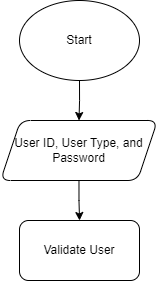
The draw.io diagram Heirarchy of Project Modules/LabSystem_Flowchart.drawio.png in kaisunoo/Acads, before a commit. Source tidied: cells renumbered, new cells last; positions are measured from the earlier drawing's top-left corner, leaving out a move shared by most shapes.
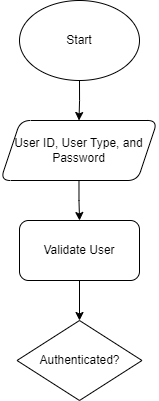
The same diagram one commit later.

What changed in the source:
```diff
@@ -14,8 +14,14 @@
     <mxCell id="5" value="User ID, User Type, and Password" style="shape=parallelogram;perimeter=parallelogramPerimeter;whiteSpace=wrap;html=1;fixedSize=1;rounded=1;" parent="1" vertex="1">
       <mxGeometry y="120" width="157" height="60" as="geometry" />
     </mxCell>
+    <mxCell id="7" style="edgeStyle=orthogonalEdgeStyle;rounded=0;jettySize=auto;html=1;" parent="1" edge="1" source="6" target="8">
+      <mxGeometry relative="1" as="geometry" />
+    </mxCell>
     <mxCell id="6" value="Validate User" style="rounded=1;whiteSpace=wrap;html=1;" parent="1" vertex="1">
       <mxGeometry x="19" y="220" width="120" height="60" as="geometry" />
     </mxCell>
+    <mxCell id="8" value="Authenticated?" style="rhombus;whiteSpace=wrap;html=1;" parent="1" vertex="1">
+      <mxGeometry x="16.5" y="320" width="125" height="80" as="geometry" />
+    </mxCell>
   </root>
 </mxGraphModel>
```
